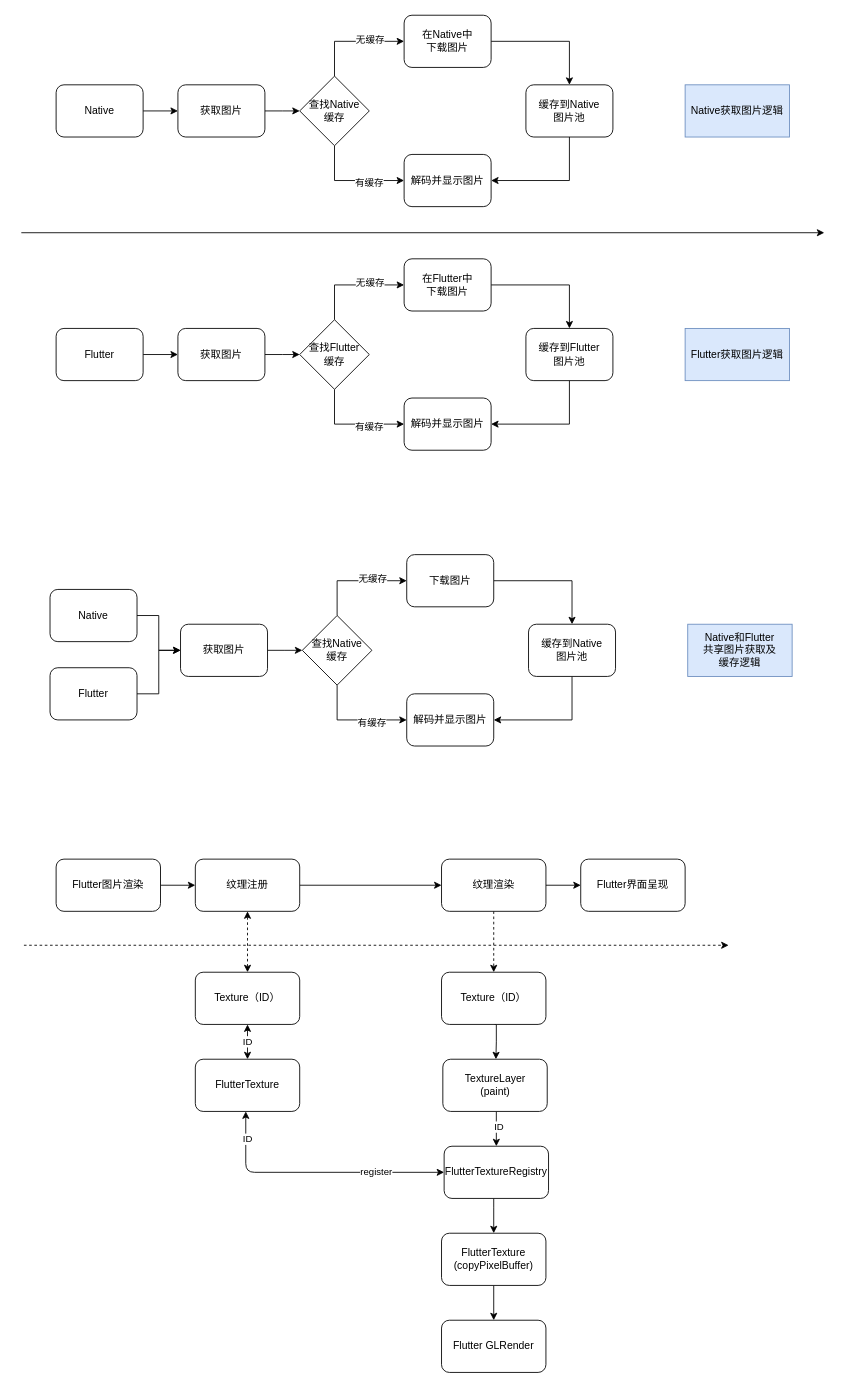
This is flutter_image.drawio from hardygege/work, a draw.io file, before an edit. Source tidied: cells renumbered, new cells numbered last; positions are measured from the earlier drawing's top-left corner, leaving out a move shared by most shapes. Both pictures are drawn from the tidied source at 87%, with x=0, y=0 at pixel (21, 15).
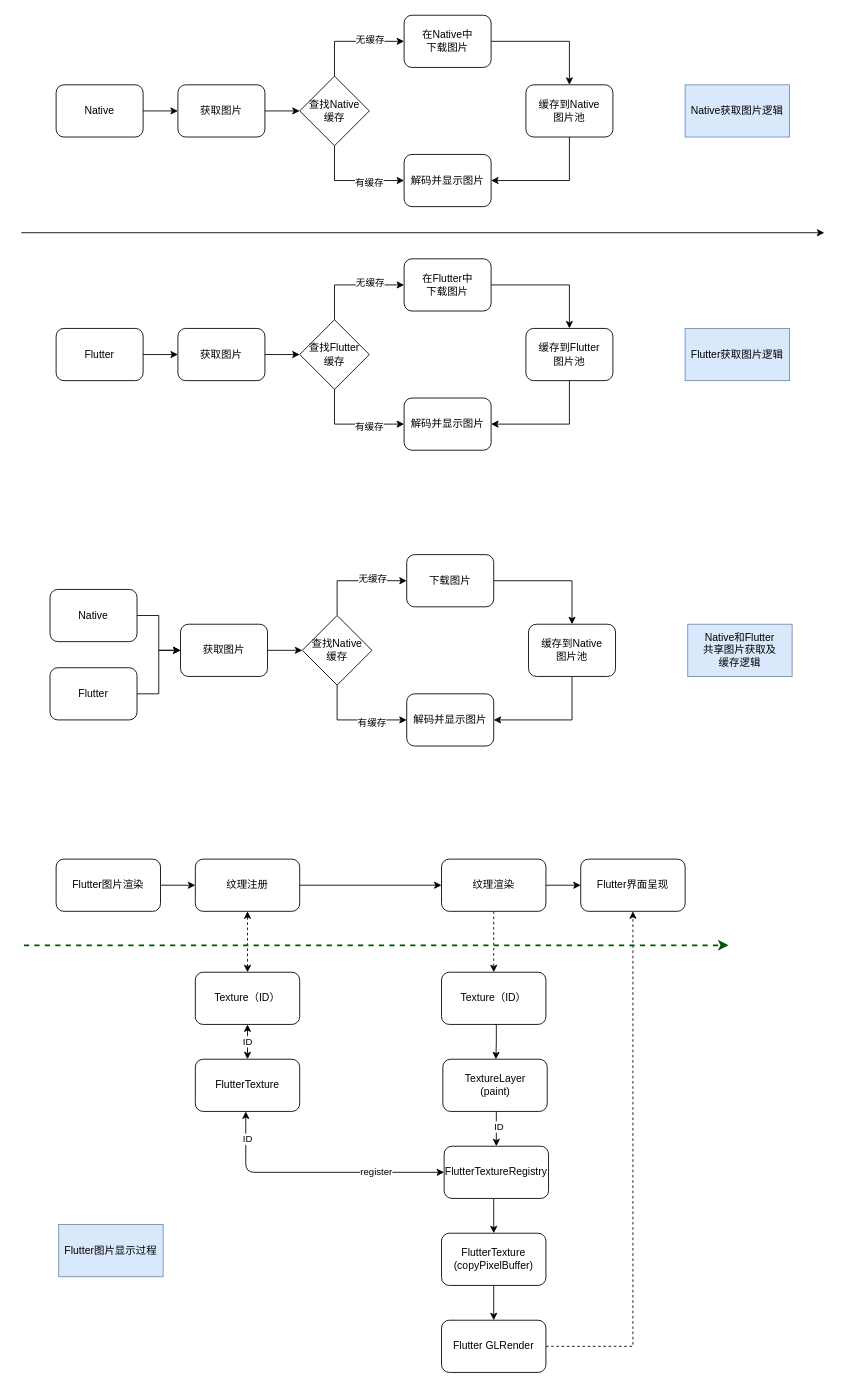
Above is the later version.

Unchanged cells that the change refers to:
```xml
<mxCell id="57" value="Flutter界面呈现" style="rounded=1;whiteSpace=wrap;html=1;" parent="1" vertex="1">
  <mxGeometry x="643" y="970" width="120" height="60" as="geometry" />
</mxCell>
<mxCell id="66" value="Flutter GLRender" style="rounded=1;whiteSpace=wrap;html=1;" parent="1" vertex="1">
  <mxGeometry x="483" y="1500" width="120" height="60" as="geometry" />
</mxCell>
```

What changed in the source:
```diff
@@
+    <mxCell id="76" style="edgeStyle=orthogonalEdgeStyle;rounded=0;jettySize=auto;html=1;entryX=0.5;entryY=1;entryDx=0;entryDy=0;dashed=1;" parent="1" edge="1" source="66" target="57">
+      <mxGeometry relative="1" as="geometry" />
+    </mxCell>
@@
-    <mxCell id="75" style="endArrow=classic;html=1;dashed=1;" parent="1" edge="1">
+    <mxCell id="75" style="endArrow=classic;html=1;dashed=1;fillColor=#008a00;strokeColor=#005700;strokeWidth=2;" parent="1" edge="1">
       <mxGeometry relative="1" as="geometry">
         <mxPoint x="3" y="1069" as="sourcePoint" />
         <mxPoint x="813" y="1069" as="targetPoint" />
       </mxGeometry>
     </mxCell>
+    <mxCell id="77" value="Flutter图片显示过程" style="rounded=0;whiteSpace=wrap;html=1;fillColor=#dae8fc;strokeColor=#6c8ebf;" parent="1" vertex="1">
+      <mxGeometry x="43" y="1390" width="120" height="60" as="geometry" />
+    </mxCell>
```
